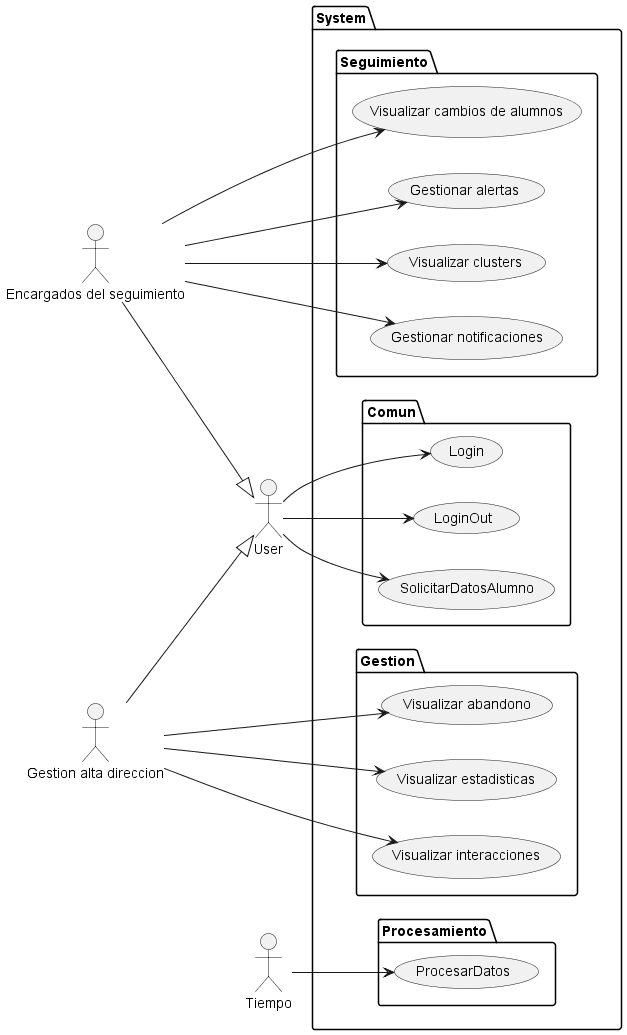
This is 000-entregas/Grupo1/CasosDeUso/images/CasosDeUso.png from mmasias/IdSw1-22-23, a PlantUML export, as it was before one commit. The source it was exported from:
```plantuml
@startuml CasosDeUso
left to right direction

actor User
actor "Gestion alta direccion" as GAD
actor "Encargados del seguimiento"	as ESA
actor "Tiempo" as Tiempo

User <|-u- GAD
User <|-u- ESA

package System {

  package Comun {
    usecase "Login" as Login
    usecase "LoginOut" as LoginOut
    usecase "SolicitarDatosAlumno" as SDA
  }
  package Gestion {
    usecase "Visualizar abandono" as VA
    usecase "Visualizar estadisticas" as VE
    usecase "Visualizar interacciones" as VI
  }
  package Seguimiento {
    usecase "Visualizar cambios de alumnos" as VC
    usecase "Gestionar alertas" as GA
    usecase "Visualizar clusters" as VCL
    usecase "Gestionar notificaciones" as GN
  }
  package Procesamiento {
    usecase "ProcesarDatos" as PD
  }
}


User --> (Login)
User --> (LoginOut)
User --> (SDA)

GAD --> (VA)
GAD --> (VE)
GAD --> (VI)

ESA --> (VC)
ESA --> (GA)
ESA --> (VCL)
ESA --> (GN)

Tiempo --> PD

@enduml
```
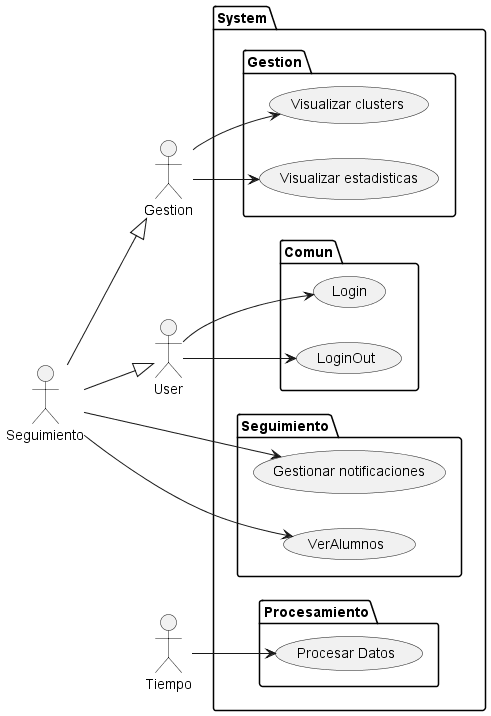
The same file after the commit.

What changed in the source:
```diff
@@ -2,49 +2,42 @@
 left to right direction
 
 actor User
-actor "Gestion alta direccion" as GAD
-actor "Encargados del seguimiento"	as ESA
+actor "Gestion" as GEST
+actor "Seguimiento"	as SEG
 actor "Tiempo" as Tiempo
 
-User <|-u- GAD
-User <|-u- ESA
+User <|-u- SEG
+GEST <|-l- SEG
 
 package System {
 
   package Comun {
     usecase "Login" as Login
     usecase "LoginOut" as LoginOut
-    usecase "SolicitarDatosAlumno" as SDA
+  }
+  package Seguimiento {
+    usecase "Gestionar notificaciones" as GN
+    usecase "VerAlumnos" as VA
   }
   package Gestion {
-    usecase "Visualizar abandono" as VA
+    usecase "Visualizar clusters" as VC
     usecase "Visualizar estadisticas" as VE
-    usecase "Visualizar interacciones" as VI
-  }
-  package Seguimiento {
-    usecase "Visualizar cambios de alumnos" as VC
-    usecase "Gestionar alertas" as GA
-    usecase "Visualizar clusters" as VCL
-    usecase "Gestionar notificaciones" as GN
   }
   package Procesamiento {
-    usecase "ProcesarDatos" as PD
+    usecase "Procesar Datos" as PD
   }
 }
 
 
 User --> (Login)
 User --> (LoginOut)
-User --> (SDA)
 
-GAD --> (VA)
-GAD --> (VE)
-GAD --> (VI)
+SEG --> (VA)
+SEG --> (GN)
 
-ESA --> (VC)
-ESA --> (GA)
-ESA --> (VCL)
-ESA --> (GN)
+GEST --> (VC)
+GEST --> (VE)
+
 
 Tiempo --> PD
 
```
